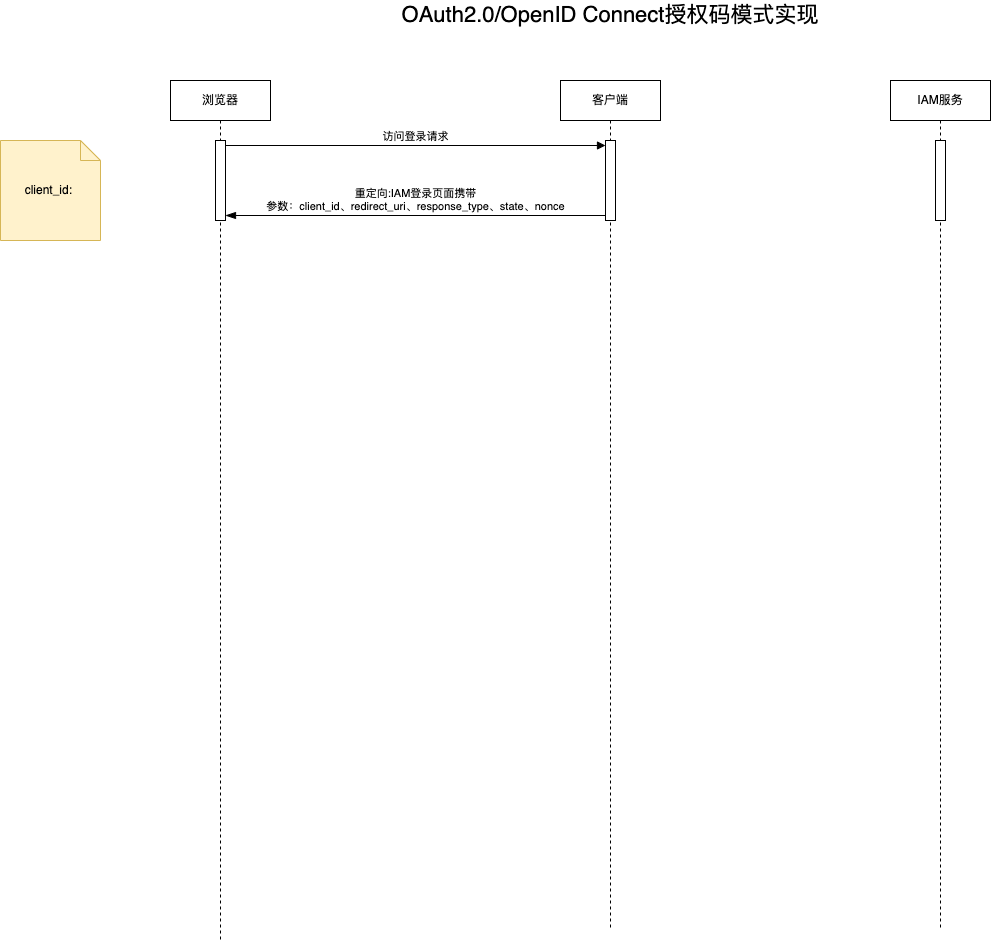
Before: IAM实现.drawio.png, a diagram exported from draw.io (JYbill/draw). Source tidied: cells renumbered, new cells last; positions are measured from the earlier drawing's top-left corner, leaving out a move shared by most shapes. The source it was exported from:
```xml
<mxGraphModel>
  <root>
    <mxCell id="0" />
    <mxCell id="1" parent="0" />
    <mxCell id="2" value="浏览器" style="shape=umlLifeline;perimeter=lifelinePerimeter;whiteSpace=wrap;html=1;newEdgeStyle={&quot;curved&quot;:0,&quot;rounded&quot;:0};" parent="1" vertex="1">
      <mxGeometry x="170" y="80" width="100" height="860" as="geometry" />
    </mxCell>
    <mxCell id="3" style="html=1;points=[[0,0,0,0,5],[0,1,0,0,-5],[1,0,0,0,5],[1,1,0,0,-5]];perimeter=orthogonalPerimeter;outlineConnect=0;targetShapes=umlLifeline;portConstraint=eastwest;newEdgeStyle={&quot;curved&quot;:0,&quot;rounded&quot;:0};" parent="2" vertex="1">
      <mxGeometry x="45" y="60" width="10" height="80" as="geometry" />
    </mxCell>
    <mxCell id="4" value="客户端" style="shape=umlLifeline;perimeter=lifelinePerimeter;whiteSpace=wrap;html=1;newEdgeStyle={&quot;curved&quot;:0,&quot;rounded&quot;:0};" parent="1" vertex="1">
      <mxGeometry x="560" y="80" width="100" height="850" as="geometry" />
    </mxCell>
    <mxCell id="5" style="html=1;points=[[0,0,0,0,5],[0,1,0,0,-5],[1,0,0,0,5],[1,1,0,0,-5]];perimeter=orthogonalPerimeter;outlineConnect=0;targetShapes=umlLifeline;portConstraint=eastwest;newEdgeStyle={&quot;curved&quot;:0,&quot;rounded&quot;:0};" parent="4" vertex="1">
      <mxGeometry x="45" y="60" width="10" height="80" as="geometry" />
    </mxCell>
    <mxCell id="6" value="OAuth2.0/OpenID Connect授权码模式实现" style="text;html=1;align=center;verticalAlign=middle;whiteSpace=wrap;rounded=0;fontSize=22;" parent="1" vertex="1">
      <mxGeometry x="367" width="486" height="30" as="geometry" />
    </mxCell>
    <mxCell id="7" value="访问登录请求" style="html=1;verticalAlign=bottom;endArrow=block;curved=0;rounded=0;entryX=0;entryY=0;entryDx=0;entryDy=5;exitX=1;exitY=0;exitDx=0;exitDy=5;exitPerimeter=0;" parent="1" edge="1" source="3" target="5">
      <mxGeometry relative="1" as="geometry" />
    </mxCell>
    <mxCell id="8" value="重定向:IAM登录页面携带&lt;br&gt;参数：client_id、redirect_uri、response_type、state、nonce" style="html=1;verticalAlign=bottom;endArrow=blockThin;endSize=8;curved=0;rounded=0;exitX=0;exitY=1;exitDx=0;exitDy=-5;entryX=1;entryY=1;entryDx=0;entryDy=-5;entryPerimeter=0;endFill=1;" parent="1" edge="1" source="5" target="3">
      <mxGeometry relative="1" as="geometry" />
    </mxCell>
    <mxCell id="9" value="IAM服务" style="shape=umlLifeline;perimeter=lifelinePerimeter;whiteSpace=wrap;html=1;newEdgeStyle={&quot;curved&quot;:0,&quot;rounded&quot;:0};" parent="1" vertex="1">
      <mxGeometry x="890" y="80" width="100" height="850" as="geometry" />
    </mxCell>
    <mxCell id="10" style="html=1;perimeter=orthogonalPerimeter;targetShapes=umlLifeline;newEdgeStyle={&quot;curved&quot;:0,&quot;rounded&quot;:0};" parent="9" vertex="1">
      <mxGeometry x="45" y="60" width="10" height="80" as="geometry" />
    </mxCell>
    <mxCell id="11" value="client_id:&amp;nbsp;" style="shape=note;size=20;whiteSpace=wrap;html=1;fillColor=#fff2cc;strokeColor=#d6b656;" parent="1" vertex="1">
      <mxGeometry y="140" width="100" height="100" as="geometry" />
    </mxCell>
  </root>
</mxGraphModel>
```
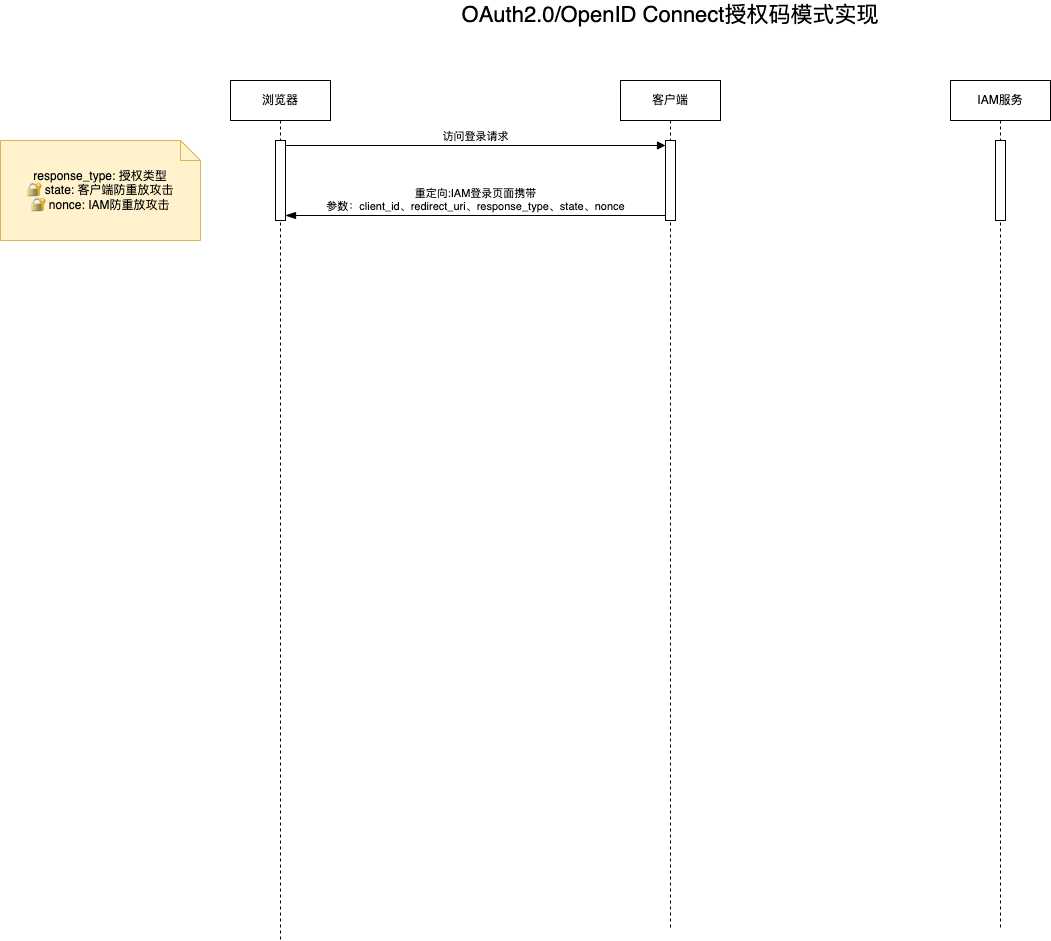
After the commit.

Diff of the diagram source:
```diff
@@ -29,8 +29,8 @@
     <mxCell id="10" style="html=1;perimeter=orthogonalPerimeter;targetShapes=umlLifeline;newEdgeStyle={&quot;curved&quot;:0,&quot;rounded&quot;:0};" parent="9" vertex="1">
       <mxGeometry x="45" y="60" width="10" height="80" as="geometry" />
     </mxCell>
-    <mxCell id="11" value="client_id:&amp;nbsp;" style="shape=note;size=20;whiteSpace=wrap;html=1;fillColor=#fff2cc;strokeColor=#d6b656;" parent="1" vertex="1">
-      <mxGeometry y="140" width="100" height="100" as="geometry" />
+    <mxCell id="11" value="response_type: 授权类型&lt;br&gt;🔐 state: 客户端防重放攻击&lt;br&gt;🔐 nonce: IAM防重放攻击" style="shape=note;size=20;whiteSpace=wrap;html=1;fillColor=#fff2cc;strokeColor=#d6b656;" parent="1" vertex="1">
+      <mxGeometry x="-60" y="140" width="200" height="100" as="geometry" />
     </mxCell>
   </root>
 </mxGraphModel>
```
